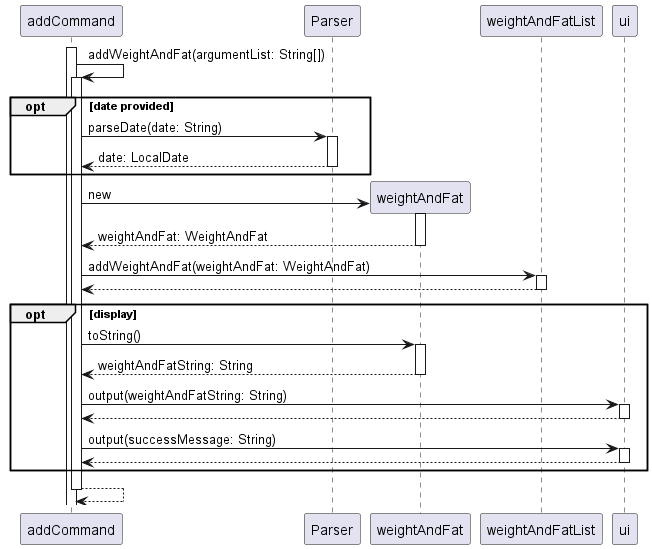
This is docs/UmlDiagrams/AddWeightAndFat.png from nus-cs2113-AY2223S1/tp, a PlantUML export, as it was before one commit.
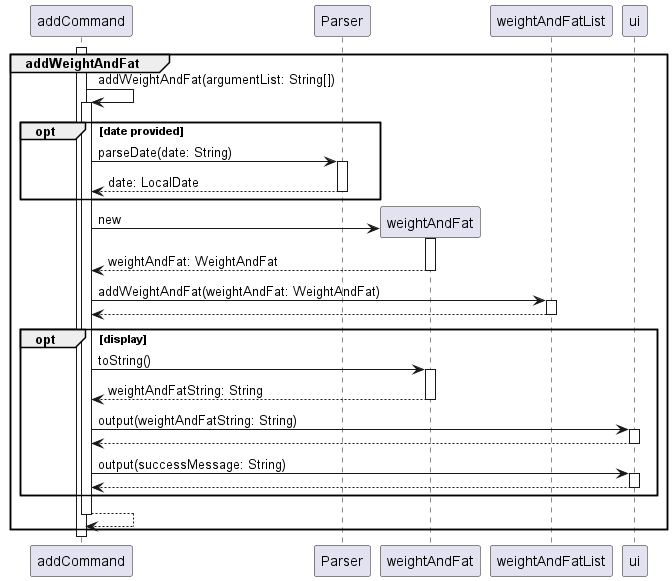
The same diagram one commit later.

What changed in the source:
```diff
@@ -4,6 +4,7 @@
 
 
 activate addCommand
+group addWeightAndFat
     addCommand -> addCommand: addWeightAndFat(argumentList: String[])
     opt date provided
         addCommand -> Parser: parseDate(date: String)
@@ -22,6 +23,11 @@
         addCommand -> ui: output(successMessage: String)
         return
     end
+
 return
 
+end
+
+deactivate addCommand
+
 @enduml
```
